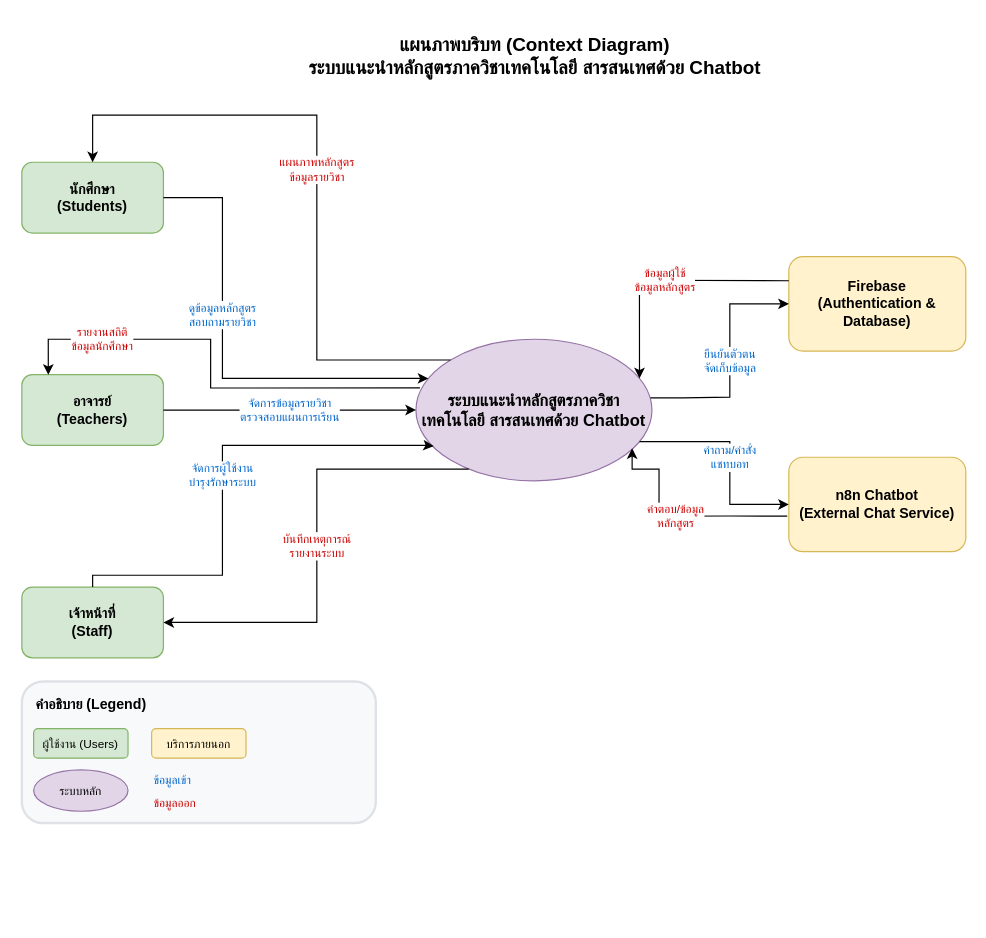
Above: diagrams/context-diagram.drawio in kainapatkmutnb/it-course-chatbot-main (draw.io), before the change. Source tidied: cells renumbered, new cells numbered last; positions are measured from the earlier drawing's top-left corner, leaving out a move shared by most shapes. Both pictures are drawn from the tidied source at 118%, with x=0, y=0 at pixel (21, 20).
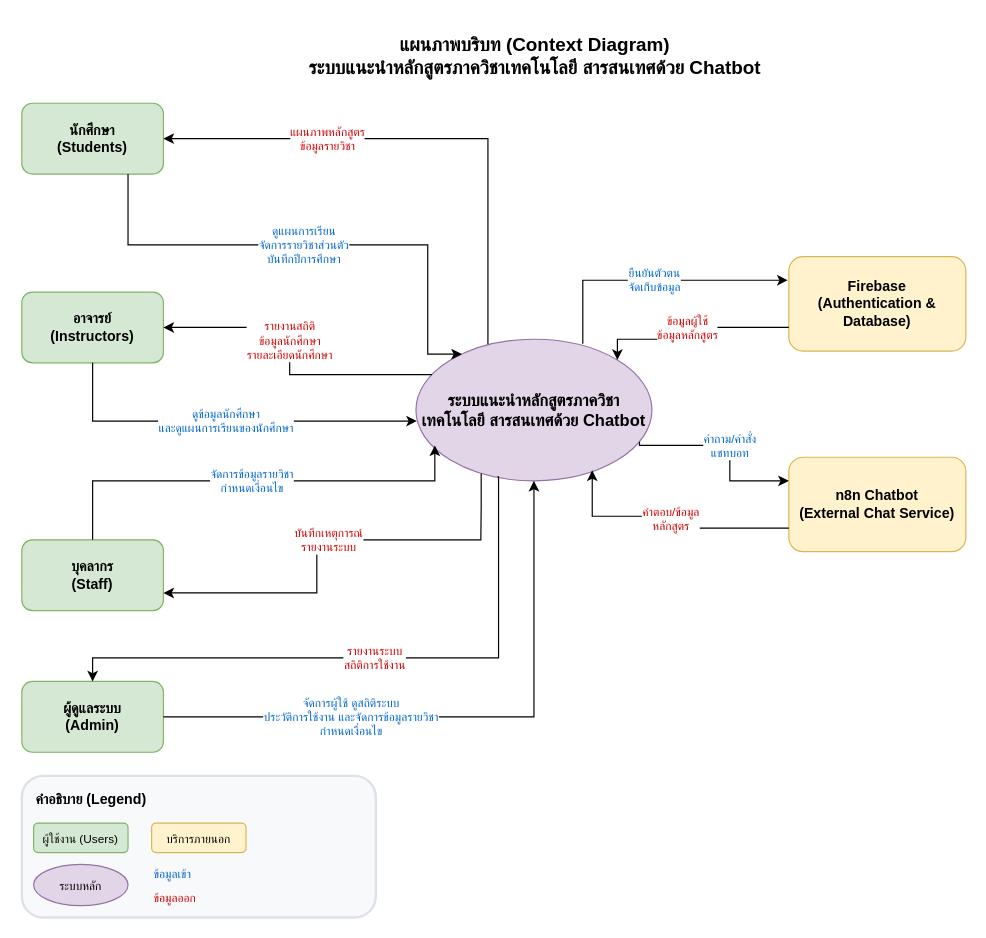
The same diagram, later.

Commit message:
ปรับปรุงแผนภาพบริบท (Context Diagram) ให้ตรงกับสิทธิ์การใช้งานจริง

- เพิ่มบทบาท Admin ในแผนภาพบริบท
- ปรับปรุง input/output ของทุกบทบาทให้ตรงกับสิทธิ์จริง:
  - Student: ดูแผนการเรียน จัดการรายวิชาส่วนตัว บันทึกปีการศึกษา
  - Instructor: ดูข้อมูลนักศึกษา จัดการรายวิชาที่สอน แก้ไขข้อมูลนักศึกษา
  - Staff: จัดการข้อมูลรายวิชา กำหนดเงื่อนไข
  - Admin: จัดการผู้ใช้ ดูสถิติระบบ ประวัติการใช้งาน
- แก้ไขเส้นเชื่อมโยงที่ทับกันในแผนภาพให้อ่านง่ายขึ้น
- ปรับตำแหน่งของ components ให้มีระยะห่างที่เหมาะสม

Unchanged cells that the change refers to:
```xml
<mxCell id="2" value="ระบบแนะนำหลักสูตรภาควิชาเทคโนโลยี สารสนเทศด้วย Chatbot" style="ellipse;whiteSpace=wrap;html=1;fillColor=#e1d5e7;strokeColor=#9673a6;fontSize=14;fontStyle=1;" parent="1" vertex="1">
  <mxGeometry x="334" y="270" width="200" height="120" as="geometry" />
</mxCell>
<mxCell id="6" value="Firebase&#10;(Authentication &amp; Database)" style="rounded=1;whiteSpace=wrap;html=1;fillColor=#fff2cc;strokeColor=#d6b656;fontSize=12;fontStyle=1;" parent="1" vertex="1">
  <mxGeometry x="650" y="200" width="150" height="80" as="geometry" />
</mxCell>
<mxCell id="7" value="n8n Chatbot&#10;(External Chat Service)" style="rounded=1;whiteSpace=wrap;html=1;fillColor=#fff2cc;strokeColor=#d6b656;fontSize=12;fontStyle=1;" parent="1" vertex="1">
  <mxGeometry x="650" y="370" width="150" height="80" as="geometry" />
</mxCell>
```

What changed in the source:
```diff
@@
     <mxCell id="3" value="นักศึกษา&#10;(Students)" style="rounded=1;whiteSpace=wrap;html=1;fillColor=#d5e8d4;strokeColor=#82b366;fontSize=12;fontStyle=1;" parent="1" vertex="1">
-      <mxGeometry y="120" width="120" height="60" as="geometry" />
+      <mxGeometry y="70" width="120" height="60" as="geometry" />
     </mxCell>
-    <mxCell id="4" value="อาจารย์&#10;(Teachers)" style="rounded=1;whiteSpace=wrap;html=1;fillColor=#d5e8d4;strokeColor=#82b366;fontSize=12;fontStyle=1;" parent="1" vertex="1">
-      <mxGeometry y="300" width="120" height="60" as="geometry" />
-    </mxCell>
+    <mxCell id="27" value="อาจารย์&#10;(Instructors)" style="rounded=1;whiteSpace=wrap;html=1;fillColor=#d5e8d4;strokeColor=#82b366;fontSize=12;fontStyle=1;" parent="1" vertex="1">
+      <mxGeometry y="230" width="120" height="60" as="geometry" />
+    </mxCell>
-    <mxCell id="5" value="เจ้าหน้าที่&#10;(Staff)" style="rounded=1;whiteSpace=wrap;html=1;fillColor=#d5e8d4;strokeColor=#82b366;fontSize=12;fontStyle=1;" parent="1" vertex="1">
-      <mxGeometry y="480" width="120" height="60" as="geometry" />
+    <mxCell id="5" value="บุคลากร&#10;(Staff)" style="rounded=1;whiteSpace=wrap;html=1;fillColor=#d5e8d4;strokeColor=#82b366;fontSize=12;fontStyle=1;" parent="1" vertex="1">
+      <mxGeometry y="440" width="120" height="60" as="geometry" />
     </mxCell>
+    <mxCell id="28" value="ผู้ดูแลระบบ&#10;(Admin)" style="rounded=1;whiteSpace=wrap;html=1;fillColor=#d5e8d4;strokeColor=#82b366;fontSize=12;fontStyle=1;" parent="1" vertex="1">
+      <mxGeometry y="560" width="120" height="60" as="geometry" />
+    </mxCell>
@@
-    <mxCell id="8" value="ดูข้อมูลหลักสูตร&#10;สอบถามรายวิชา" style="edgeStyle=orthogonalEdgeStyle;rounded=0;jettySize=auto;html=1;exitX=1;exitY=0.5;exitDx=0;exitDy=0;entryX=0;entryY=0.25;entryDx=0;entryDy=0;fontSize=10;fontColor=#0066CC;" parent="1" edge="1" source="3" target="2">
-      <mxGeometry x="-0.21" relative="1" as="geometry">
+    <mxCell id="8" value="ดูแผนการเรียน&#10;จัดการรายวิชาส่วนตัว&#10;บันทึกปีการศึกษา" style="edgeStyle=orthogonalEdgeStyle;rounded=0;jettySize=auto;html=1;exitX=0.75;exitY=1;exitDx=0;exitDy=0;entryX=0.195;entryY=0.105;entryDx=0;entryDy=0;fontSize=10;fontColor=#0066CC;entryPerimeter=0;" parent="1" edge="1" source="3" target="2">
+      <mxGeometry x="-0.04" relative="1" as="geometry">
         <Array as="points">
-          <mxPoint x="170" y="150" />
-          <mxPoint x="170" y="303" />
+          <mxPoint x="90" y="190" />
+          <mxPoint x="344" y="190" />
+          <mxPoint x="344" y="283" />
         </Array>
       </mxGeometry>
     </mxCell>
-    <mxCell id="9" value="แผนภาพหลักสูตร&#10;ข้อมูลรายวิชา" style="edgeStyle=orthogonalEdgeStyle;rounded=0;jettySize=auto;html=1;exitX=0;exitY=0;exitDx=0;exitDy=0;entryX=0.5;entryY=0;entryDx=0;entryDy=0;fontSize=10;fontColor=#CC0000;" parent="1" edge="1" source="2" target="3">
-      <mxGeometry relative="1" as="geometry">
+    <mxCell id="9" value="แผนภาพหลักสูตร&#10;ข้อมูลรายวิชา" style="edgeStyle=orthogonalEdgeStyle;rounded=0;jettySize=auto;html=1;exitX=0.305;exitY=0.035;exitDx=0;exitDy=0;entryX=1;entryY=0.5;entryDx=0;entryDy=0;fontSize=10;fontColor=#CC0000;exitPerimeter=0;" parent="1" edge="1" source="2" target="3">
+      <mxGeometry x="0.38" relative="1" as="geometry">
         <Array as="points">
-          <mxPoint x="250" y="288" />
-          <mxPoint x="250" y="80" />
-          <mxPoint x="60" y="80" />
+          <mxPoint x="395" y="100" />
         </Array>
       </mxGeometry>
     </mxCell>
-    <mxCell id="10" value="จัดการข้อมูลรายวิชา&#10;ตรวจสอบแผนการเรียน" style="edgeStyle=orthogonalEdgeStyle;rounded=0;jettySize=auto;html=1;exitX=1;exitY=0.5;exitDx=0;exitDy=0;entryX=0;entryY=0.5;entryDx=0;entryDy=0;fontSize=10;fontColor=#0066CC;" parent="1" edge="1" source="4" target="2">
-      <mxGeometry relative="1" as="geometry" />
+    <mxCell id="10" value="&lt;font style=&quot;color: rgb(0, 102, 204);&quot;&gt;ดูข้อมูลนักศึกษา&lt;/font&gt;&lt;div&gt;&lt;font style=&quot;color: rgb(0, 102, 204);&quot;&gt;และดูแผนการเรียนของนักศึกษา&lt;/font&gt;&lt;br&gt;&lt;/div&gt;" style="edgeStyle=orthogonalEdgeStyle;rounded=0;jettySize=auto;html=1;exitX=0.5;exitY=1;exitDx=0;exitDy=0;fontSize=10;fontColor=#0066CC;entryX=0.004;entryY=0.578;entryDx=0;entryDy=0;entryPerimeter=0;" parent="1" edge="1" source="27" target="2">
+      <mxGeometry relative="1" as="geometry">
+        <Array as="points">
+          <mxPoint x="60" y="340" />
+          <mxPoint x="335" y="340" />
+        </Array>
+      </mxGeometry>
     </mxCell>
-    <mxCell id="11" value="รายงานสถิติ&#10;ข้อมูลนักศึกษา" style="edgeStyle=orthogonalEdgeStyle;rounded=0;jettySize=auto;html=1;exitX=0.017;exitY=0.344;exitDx=0;exitDy=0;entryX=0.187;entryY=0.003;entryDx=0;entryDy=0;fontSize=10;fontColor=#CC0000;entryPerimeter=0;exitPerimeter=0;" parent="1" edge="1" source="2" target="4">
-      <mxGeometry x="0.61" relative="1" as="geometry">
-        <Array as="points">
-          <mxPoint x="160" y="311" />
-          <mxPoint x="160" y="270" />
-          <mxPoint x="22" y="270" />
-        </Array>
-      </mxGeometry>
+    <mxCell id="11" value="รายงานสถิติ&#10;ข้อมูลนักศึกษา&#10;รายละเอียดนักศึกษา" style="edgeStyle=orthogonalEdgeStyle;rounded=0;jettySize=auto;html=1;exitX=0.068;exitY=0.25;exitDx=0;exitDy=0;fontSize=10;fontColor=#CC0000;exitPerimeter=0;entryX=1;entryY=0.5;entryDx=0;entryDy=0;" parent="1" edge="1" source="2" target="27">
+      <mxGeometry x="0.12" relative="1" as="geometry" />
     </mxCell>
-    <mxCell id="12" value="จัดการผู้ใช้งาน&#10;บำรุงรักษาระบบ" style="edgeStyle=orthogonalEdgeStyle;rounded=0;jettySize=auto;html=1;exitX=0.5;exitY=0;exitDx=0;exitDy=0;fontSize=10;fontColor=#0066CC;entryX=0.076;entryY=0.755;entryDx=0;entryDy=0;entryPerimeter=0;" parent="1" edge="1" source="5" target="2">
+    <mxCell id="12" value="จัดการข้อมูลรายวิชา&#10;กำหนดเงื่อนไข" style="edgeStyle=orthogonalEdgeStyle;rounded=0;jettySize=auto;html=1;exitX=0.5;exitY=0;exitDx=0;exitDy=0;fontSize=10;fontColor=#0066CC;" parent="1" edge="1" source="5">
       <mxGeometry relative="1" as="geometry">
+        <mxPoint x="350" y="360" as="targetPoint" />
         <Array as="points">
-          <mxPoint x="60" y="470" />
-          <mxPoint x="170" y="470" />
-          <mxPoint x="170" y="360" />
-          <mxPoint x="343" y="360" />
+          <mxPoint x="60" y="390" />
+          <mxPoint x="350" y="390" />
         </Array>
       </mxGeometry>
     </mxCell>
-    <mxCell id="13" value="บันทึกเหตุการณ์&#10;รายงานระบบ" style="edgeStyle=orthogonalEdgeStyle;rounded=0;jettySize=auto;html=1;entryX=1;entryY=0.5;entryDx=0;entryDy=0;fontSize=10;fontColor=#CC0000;" parent="1" edge="1" source="2" target="5">
+    <mxCell id="13" value="บันทึกเหตุการณ์&#10;รายงานระบบ" style="edgeStyle=orthogonalEdgeStyle;rounded=0;jettySize=auto;html=1;entryX=1;entryY=0.75;entryDx=0;entryDy=0;fontSize=10;fontColor=#CC0000;exitX=0.25;exitY=1;exitDx=0;exitDy=0;" parent="1" edge="1" source="2" target="5">
       <mxGeometry relative="1" as="geometry">
         <Array as="points">
-          <mxPoint x="250" y="380" />
-          <mxPoint x="250" y="510" />
+          <mxPoint x="389" y="410" />
+          <mxPoint x="389" y="410" />
+          <mxPoint x="389" y="440" />
+          <mxPoint x="250" y="440" />
+          <mxPoint x="250" y="485" />
         </Array>
       </mxGeometry>
     </mxCell>
-    <mxCell id="14" value="ยืนยันตัวตน&#10;จัดเก็บข้อมูล" style="edgeStyle=orthogonalEdgeStyle;rounded=0;jettySize=auto;html=1;exitX=0.994;exitY=0.414;exitDx=0;exitDy=0;entryX=0;entryY=0.5;entryDx=0;entryDy=0;fontSize=10;fontColor=#0066CC;exitPerimeter=0;" parent="1" edge="1" source="2" target="6">
+    <mxCell id="14" value="ยืนยันตัวตน&#10;จัดเก็บข้อมูล" style="edgeStyle=orthogonalEdgeStyle;rounded=0;jettySize=auto;html=1;exitX=0.707;exitY=0.032;exitDx=0;exitDy=0;fontSize=10;fontColor=#0066CC;exitPerimeter=0;" parent="1" edge="1" source="2">
       <mxGeometry relative="1" as="geometry">
+        <mxPoint x="649" y="220" as="targetPoint" />
         <Array as="points">
-          <mxPoint x="560" y="320" />
-          <mxPoint x="600" y="319" />
-          <mxPoint x="600" y="240" />
+          <mxPoint x="475" y="220" />
+          <mxPoint x="649" y="220" />
         </Array>
       </mxGeometry>
     </mxCell>
-    <mxCell id="15" value="ข้อมูลผู้ใช้&#10;ข้อมูลหลักสูตร" style="edgeStyle=orthogonalEdgeStyle;rounded=0;jettySize=auto;html=1;exitX=-0.009;exitY=0.255;exitDx=0;exitDy=0;entryX=1;entryY=0.25;entryDx=0;entryDy=0;fontSize=10;fontColor=#CC0000;exitPerimeter=0;" parent="1" edge="1" source="6" target="2">
+    <mxCell id="15" value="ข้อมูลผู้ใช้&#10;ข้อมูลหลักสูตร" style="edgeStyle=orthogonalEdgeStyle;rounded=0;jettySize=auto;html=1;exitX=0;exitY=0.75;exitDx=0;exitDy=0;entryX=1;entryY=0;entryDx=0;entryDy=0;fontSize=10;fontColor=#CC0000;" parent="1" edge="1" source="6" target="2">
       <mxGeometry relative="1" as="geometry">
         <Array as="points">
-          <mxPoint x="650" y="220" />
-          <mxPoint x="523" y="220" />
+          <mxPoint x="550" y="260" />
+          <mxPoint x="550" y="270" />
+          <mxPoint x="505" y="270" />
         </Array>
       </mxGeometry>
     </mxCell>
-    <mxCell id="16" value="คำถาม/คำสั่ง&#10;แชทบอท" style="edgeStyle=orthogonalEdgeStyle;rounded=0;jettySize=auto;html=1;exitX=1;exitY=0.75;exitDx=0;exitDy=0;entryX=0;entryY=0.5;entryDx=0;entryDy=0;fontSize=10;fontColor=#0066CC;" parent="1" edge="1" source="2" target="7">
+    <mxCell id="16" value="คำถาม/คำสั่ง&#10;แชทบอท" style="edgeStyle=orthogonalEdgeStyle;rounded=0;jettySize=auto;html=1;exitX=1;exitY=0.75;exitDx=0;exitDy=0;entryX=0;entryY=0.25;entryDx=0;entryDy=0;fontSize=10;fontColor=#0066CC;" parent="1" edge="1" source="2" target="7">
       <mxGeometry relative="1" as="geometry">
         <Array as="points">
-          <mxPoint x="600" y="357" />
-          <mxPoint x="600" y="410" />
+          <mxPoint x="600" y="360" />
+          <mxPoint x="600" y="390" />
         </Array>
       </mxGeometry>
     </mxCell>
-    <mxCell id="17" value="คำตอบ/ข้อมูล&#10;หลักสูตร" style="edgeStyle=orthogonalEdgeStyle;rounded=0;jettySize=auto;html=1;exitX=-0.009;exitY=0.623;exitDx=0;exitDy=0;entryX=0.916;entryY=0.77;entryDx=0;entryDy=0;fontSize=10;fontColor=#CC0000;entryPerimeter=0;exitPerimeter=0;" parent="1" edge="1" source="7" target="2">
+    <mxCell id="17" value="คำตอบ/ข้อมูล&#10;หลักสูตร" style="edgeStyle=orthogonalEdgeStyle;rounded=0;jettySize=auto;html=1;exitX=0;exitY=0.75;exitDx=0;exitDy=0;entryX=0.747;entryY=0.926;entryDx=0;entryDy=0;fontSize=10;fontColor=#CC0000;entryPerimeter=0;" parent="1" edge="1" source="7" target="2">
       <mxGeometry relative="1" as="geometry">
         <Array as="points">
-          <mxPoint x="600" y="420" />
-          <mxPoint x="540" y="420" />
-          <mxPoint x="540" y="380" />
-          <mxPoint x="517" y="380" />
+          <mxPoint x="550" y="430" />
+          <mxPoint x="550" y="420" />
+          <mxPoint x="483" y="420" />
         </Array>
       </mxGeometry>
     </mxCell>
+    <mxCell id="29" value="จัดการผู้ใช้ ดูสถิติระบบ&lt;br&gt;ประวัติการใช้งาน และ&lt;span style=&quot;color: rgb(0, 102, 204);&quot;&gt;จัดการข้อมูลรายวิชา&lt;/span&gt;&lt;br&gt;&lt;span style=&quot;color: rgb(0, 102, 204);&quot;&gt;กำหนดเงื่อนไข&lt;/span&gt;" style="edgeStyle=orthogonalEdgeStyle;rounded=0;jettySize=auto;html=1;exitX=1;exitY=0.5;exitDx=0;exitDy=0;entryX=0.5;entryY=1;entryDx=0;entryDy=0;fontSize=10;fontColor=#0066CC;" parent="1" edge="1" source="28" target="2">
+      <mxGeometry x="-0.38" relative="1" as="geometry">
+        <Array as="points">
+          <mxPoint x="434" y="590" />
+        </Array>
+      </mxGeometry>
+    </mxCell>
+    <mxCell id="30" value="รายงานระบบ&#10;สถิติการใช้งาน" style="edgeStyle=orthogonalEdgeStyle;rounded=0;jettySize=auto;html=1;exitX=0.345;exitY=0.972;exitDx=0;exitDy=0;entryX=0.5;entryY=0;entryDx=0;entryDy=0;fontSize=10;fontColor=#CC0000;exitPerimeter=0;" parent="1" edge="1" source="2" target="28">
+      <mxGeometry relative="1" as="geometry">
+        <Array as="points">
+          <mxPoint x="404" y="387" />
+          <mxPoint x="404" y="540" />
+          <mxPoint x="60" y="540" />
+        </Array>
+      </mxGeometry>
+    </mxCell>
@@
     <mxCell id="19" style="group;" parent="1" vertex="1">
-      <mxGeometry y="560" width="300" height="120" as="geometry" />
+      <mxGeometry y="640" width="300" height="120" as="geometry" />
     </mxCell>
```
